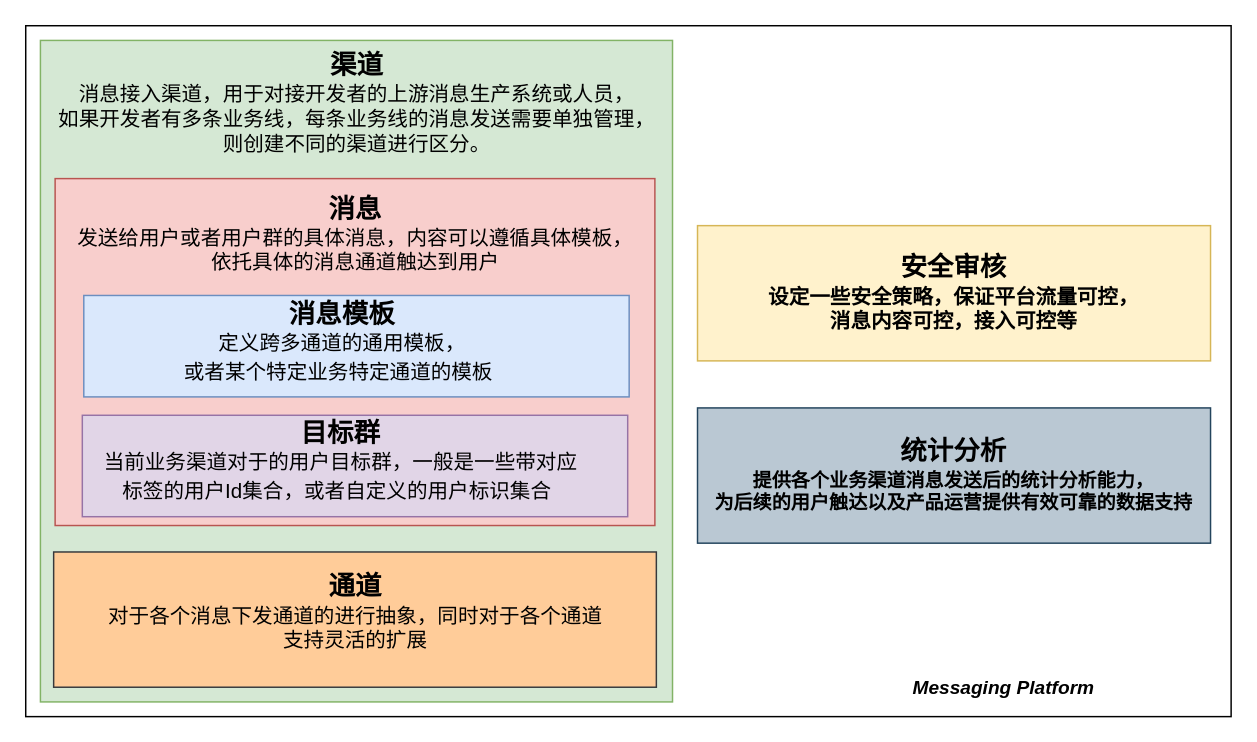
Above: page "Page-2" (2 of 2) of MSP.drawio in yindongjun/gangzhang.github.io (draw.io), before the change. Source tidied: cells renumbered, new cells numbered last; positions are measured from the earlier drawing's top-left corner, leaving out a move shared by most shapes. Both pictures are drawn from the tidied source at 147%, with x=0, y=0 at pixel (25, 25).
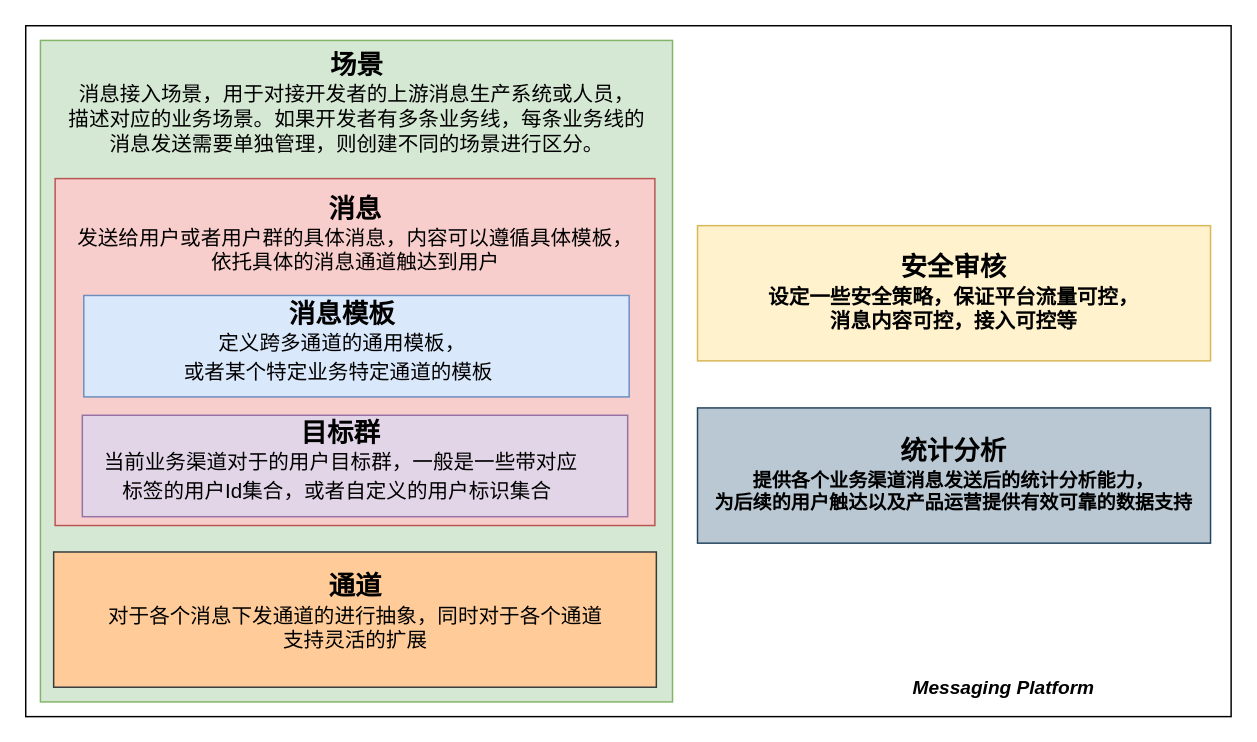
The same page after the edit.

Diff of the diagram source:
```diff
@@
 <mxGraphModel>
   <root>
     <mxCell id="0" />
     <mxCell id="1" parent="0" />
     <mxCell id="2" style="rounded=0;whiteSpace=wrap;html=1;fontSize=13;fillColor=none;" parent="1" vertex="1">
       <mxGeometry width="820" height="470" as="geometry" />
     </mxCell>
     <mxCell id="3" style="rounded=0;whiteSpace=wrap;html=1;fillColor=#d5e8d4;strokeColor=#82b366;" parent="1" vertex="1">
       <mxGeometry x="10" y="10" width="430" height="450" as="geometry" />
     </mxCell>
     <mxCell id="4" style="rounded=0;whiteSpace=wrap;html=1;fillColor=#f8cecc;strokeColor=#b85450;" parent="1" vertex="1">
       <mxGeometry x="20" y="104" width="408" height="236" as="geometry" />
     </mxCell>
     <mxCell id="5" style="rounded=0;whiteSpace=wrap;html=1;fontSize=13;fillColor=#dae8fc;strokeColor=#6c8ebf;" parent="1" vertex="1">
       <mxGeometry x="39.5" y="183.5" width="371" height="69" as="geometry" />
     </mxCell>
     <mxCell id="6" style="rounded=0;whiteSpace=wrap;html=1;fontSize=13;fillColor=#ffcc99;strokeColor=#36393d;" parent="1" vertex="1">
       <mxGeometry x="19" y="358" width="410" height="92" as="geometry" />
     </mxCell>
-    <mxCell id="7" value="&lt;font style=&quot;&quot;&gt;&lt;font style=&quot;&quot;&gt;&lt;font style=&quot;font-size: 18px;&quot;&gt;&lt;b&gt;渠道&lt;/b&gt;&lt;/font&gt;&lt;br&gt;&lt;font style=&quot;font-size: 14px;&quot;&gt;&lt;font style=&quot;&quot;&gt;消息接入渠&lt;/font&gt;&lt;font style=&quot;&quot;&gt;道，用于对接开发者的上游消息生产系统或人员，&lt;br&gt;如果开发者有多条业务线，每条业务线的消息发送需要单独管理，&lt;br&gt;则创建不同的渠道进行区分。&lt;/font&gt;&lt;/font&gt;&lt;/font&gt;&lt;br&gt;&lt;br&gt;&lt;/font&gt;" style="text;html=1;align=center;verticalAlign=middle;strokeColor=none;fillColor=none;" parent="1" vertex="1">
-      <mxGeometry x="15" y="20" width="420" height="80" as="geometry" />
+    <mxCell id="7" value="&lt;font style=&quot;&quot;&gt;&lt;font style=&quot;&quot;&gt;&lt;font style=&quot;font-size: 18px;&quot;&gt;&lt;b&gt;场景&lt;/b&gt;&lt;/font&gt;&lt;br&gt;&lt;font style=&quot;font-size: 14px;&quot;&gt;&lt;font style=&quot;&quot;&gt;消息接入场景&lt;/font&gt;&lt;font style=&quot;&quot;&gt;，用于对接开发者的上游消息生产系统或人员，&lt;br&gt;描述对应的业务场景。如果开发者有多条业务线，每条业务线的&lt;br&gt;消息发送需要单独管理，则创建不同的场景进行区分。&lt;/font&gt;&lt;/font&gt;&lt;/font&gt;&lt;br&gt;&lt;br&gt;&lt;/font&gt;" style="text;html=1;align=center;verticalAlign=middle;strokeColor=none;fillColor=none;" parent="1" vertex="1">
+      <mxGeometry x="20" y="20" width="410" height="80" as="geometry" />
     </mxCell>
     <mxCell id="8" value="&lt;font style=&quot;&quot;&gt;&lt;b style=&quot;font-size: 18px;&quot;&gt;消息&lt;/b&gt;&lt;br&gt;&lt;font style=&quot;font-size: 14px;&quot;&gt;&lt;font style=&quot;&quot;&gt;发送给用户或者用户群的具体消息，内容可以遵循具体模板，&lt;br&gt;&lt;/font&gt;依托具体的消息通道触达到用户&lt;/font&gt;&lt;br&gt;&lt;/font&gt;" style="text;html=1;align=center;verticalAlign=middle;strokeColor=none;fillColor=none;" parent="1" vertex="1">
       <mxGeometry x="29" y="117" width="390" height="50" as="geometry" />
     </mxCell>
     <mxCell id="9" value="&lt;font style=&quot;&quot;&gt;&lt;font style=&quot;font-size: 18px;&quot;&gt;&lt;b&gt;消息模板&lt;/b&gt;&lt;br&gt;&lt;/font&gt;&lt;font style=&quot;font-size: 14px;&quot;&gt;定义跨多通道的通用模板，&lt;br&gt;或者某个特定业务特定通道的模板&lt;/font&gt;&lt;/font&gt;&lt;font style=&quot;font-size: 18px&quot;&gt;&amp;nbsp;&lt;/font&gt;" style="text;html=1;align=center;verticalAlign=middle;strokeColor=none;fillColor=none;" parent="1" vertex="1">
       <mxGeometry x="99.5" y="190.5" width="230" height="50" as="geometry" />
     </mxCell>
     <mxCell id="10" value="&lt;font style=&quot;&quot;&gt;&lt;b style=&quot;font-size: 18px;&quot;&gt;通道&lt;/b&gt;&lt;br&gt;&lt;font style=&quot;font-size: 14px;&quot;&gt;对于各个消息下发通道的进行抽象，&lt;/font&gt;&lt;font style=&quot;font-size: 14px;&quot;&gt;&lt;font style=&quot;&quot;&gt;同时对于各个通道&lt;br&gt;&lt;/font&gt;支持灵活的扩展&lt;/font&gt;&lt;br&gt;&lt;/font&gt;" style="text;html=1;align=center;verticalAlign=middle;strokeColor=none;fillColor=none;" parent="1" vertex="1">
       <mxGeometry x="49" y="374" width="350" height="50" as="geometry" />
     </mxCell>
     <mxCell id="11" value="&lt;b&gt;&lt;i&gt;Messaging Platform&lt;/i&gt;&lt;/b&gt;" style="text;html=1;align=center;verticalAlign=middle;strokeColor=none;fillColor=none;fontSize=13;" parent="1" vertex="1">
       <mxGeometry x="595" y="440" width="140" height="20" as="geometry" />
     </mxCell>
     <mxCell id="12" value="&lt;b&gt;&lt;font style=&quot;&quot;&gt;&lt;span style=&quot;font-size: 18px;&quot;&gt;安全审核&lt;/span&gt;&lt;br&gt;&lt;span style=&quot;font-size: 14px;&quot;&gt;设定一些安全策略，保证平台流量可控，&lt;br&gt;消息内容可控，接入可控等&lt;/span&gt;&lt;br&gt;&lt;/font&gt;&lt;/b&gt;" style="rounded=0;whiteSpace=wrap;html=1;fontSize=13;fillColor=#fff2cc;strokeColor=#d6b656;" parent="1" vertex="1">
       <mxGeometry x="457" y="136" width="349" height="92" as="geometry" />
     </mxCell>
     <mxCell id="13" value="&lt;b&gt;&lt;font style=&quot;font-size: 18px;&quot;&gt;统计分析&lt;br&gt;&lt;/font&gt;提供各个业务渠道消息发送后的统计分析能力，&lt;br&gt;为后续的用户触达以及产品运营提供有效可靠的数据支持&lt;br&gt;&lt;/b&gt;" style="rounded=0;whiteSpace=wrap;html=1;fontSize=13;fillColor=#bac8d3;strokeColor=#23445d;" parent="1" vertex="1">
       <mxGeometry x="457" y="260" width="349" height="92" as="geometry" />
     </mxCell>
     <mxCell id="14" style="rounded=0;whiteSpace=wrap;html=1;fontSize=13;fillColor=#e1d5e7;strokeColor=#9673a6;" parent="1" vertex="1">
       <mxGeometry x="38.5" y="265" width="371" height="69" as="geometry" />
     </mxCell>
     <mxCell id="15" value="&lt;font style=&quot;&quot;&gt;&lt;font style=&quot;font-size: 18px;&quot;&gt;&lt;b&gt;目标群&lt;/b&gt;&lt;br&gt;&lt;/font&gt;&lt;/font&gt;&lt;font style=&quot;&quot;&gt;&lt;span style=&quot;font-size: 14px;&quot;&gt;当前业务渠道对于的用户目标群，一般是一些带对应&lt;br&gt;&lt;/span&gt;&lt;/font&gt;&lt;font style=&quot;font-size: 14px;&quot;&gt;标签的用户Id集合，或者自定义的用户标识集合&lt;/font&gt;&lt;font style=&quot;font-size: 18px&quot;&gt;&amp;nbsp;&lt;/font&gt;" style="text;html=1;align=center;verticalAlign=middle;strokeColor=none;fillColor=none;" parent="1" vertex="1">
       <mxGeometry x="43.5" y="272" width="340" height="50" as="geometry" />
     </mxCell>
   </root>
 </mxGraphModel>
```
